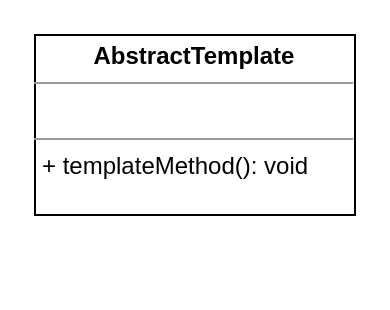
Earlier version of the draw.io diagram drawio/设计模式/模版方法模式.drawio (hezhuma/image-repo). Source tidied: cells renumbered, new cells numbered last; positions are measured from the earlier drawing's top-left corner, leaving out a move shared by most shapes. Both pictures are drawn from the tidied source at 200%, with x=0, y=0 at pixel (34, 34).
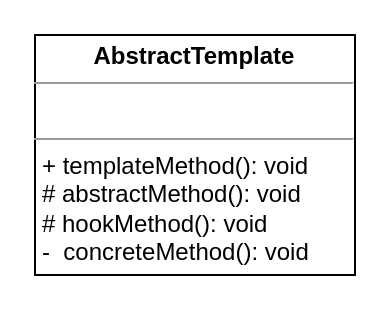
After the change.

Commit message (it also covers changes not shown here):
Update 模版方法模式.drawio

Change to the diagram source:
```diff
@@
 <mxGraphModel>
   <root>
     <mxCell id="0" />
     <mxCell id="1" parent="0" />
-    <mxCell id="2" value="&lt;p style=&quot;margin: 0px ; margin-top: 4px ; text-align: center&quot;&gt;&lt;b&gt;AbstractTemplate&lt;/b&gt;&lt;/p&gt;&lt;hr size=&quot;1&quot;&gt;&lt;p style=&quot;margin: 0px ; margin-left: 4px&quot;&gt;&lt;br&gt;&lt;/p&gt;&lt;hr size=&quot;1&quot;&gt;&lt;p style=&quot;margin: 0px ; margin-left: 4px&quot;&gt;+ templateMethod(): void&lt;/p&gt;" style="verticalAlign=top;align=left;overflow=fill;fontSize=12;fontFamily=Helvetica;html=1;" parent="1" vertex="1">
-      <mxGeometry width="160" height="90" as="geometry" />
+    <mxCell id="2" value="&lt;p style=&quot;margin: 0px ; margin-top: 4px ; text-align: center&quot;&gt;&lt;b&gt;AbstractTemplate&lt;/b&gt;&lt;/p&gt;&lt;hr size=&quot;1&quot;&gt;&lt;p style=&quot;margin: 0px ; margin-left: 4px&quot;&gt;&lt;br&gt;&lt;/p&gt;&lt;hr size=&quot;1&quot;&gt;&lt;p style=&quot;margin: 0px ; margin-left: 4px&quot;&gt;+ templateMethod(): void&lt;/p&gt;&lt;p style=&quot;margin: 0px ; margin-left: 4px&quot;&gt;# abstractMethod(): void&lt;/p&gt;&lt;p style=&quot;margin: 0px ; margin-left: 4px&quot;&gt;# hookMethod(): void&lt;/p&gt;&lt;p style=&quot;margin: 0px ; margin-left: 4px&quot;&gt;-&amp;nbsp; concreteMethod(): void&lt;/p&gt;" style="verticalAlign=top;align=left;overflow=fill;fontSize=12;fontFamily=Helvetica;html=1;" parent="1" vertex="1">
+      <mxGeometry width="160" height="120" as="geometry" />
     </mxCell>
   </root>
 </mxGraphModel>
```
